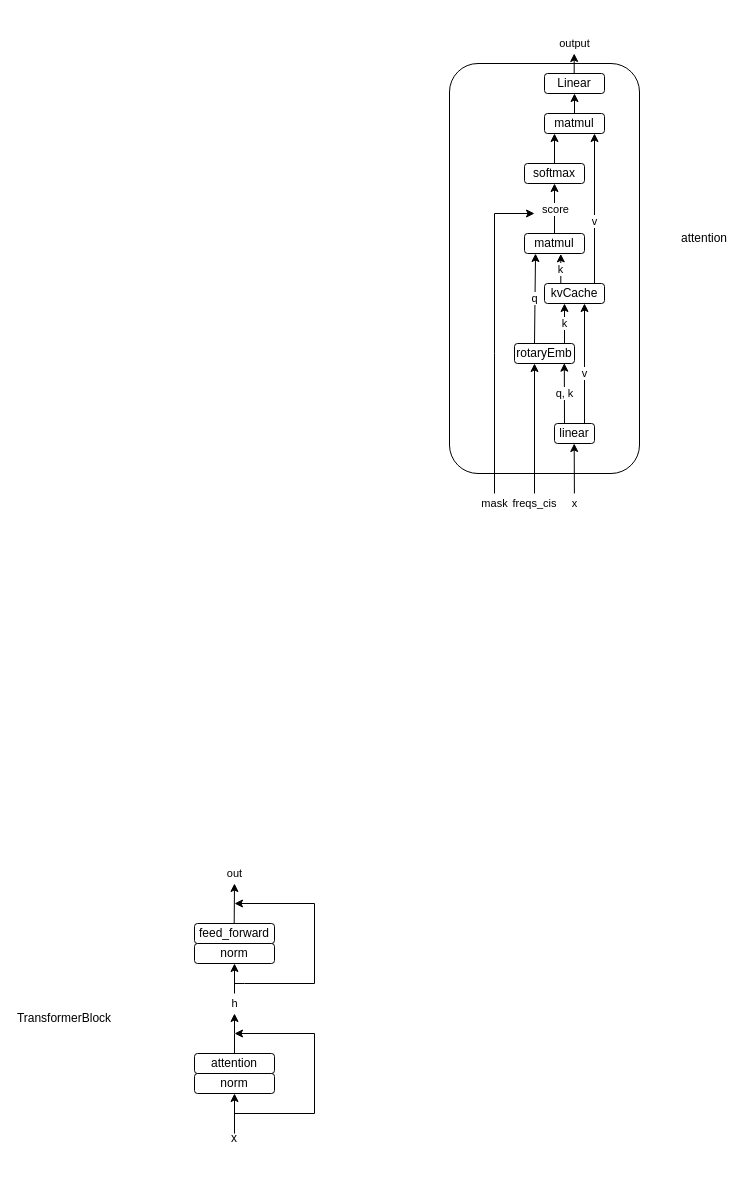
DavidZyy/drawio_repo keeps this draw.io diagram as llm.drawio. Above is the earlier version. Source tidied: cells renumbered, new cells numbered last; positions are measured from the earlier drawing's top-left corner, leaving out a move shared by most shapes. Both pictures are drawn from the tidied source at 100%, with x=0, y=0 at pixel (34, 53).
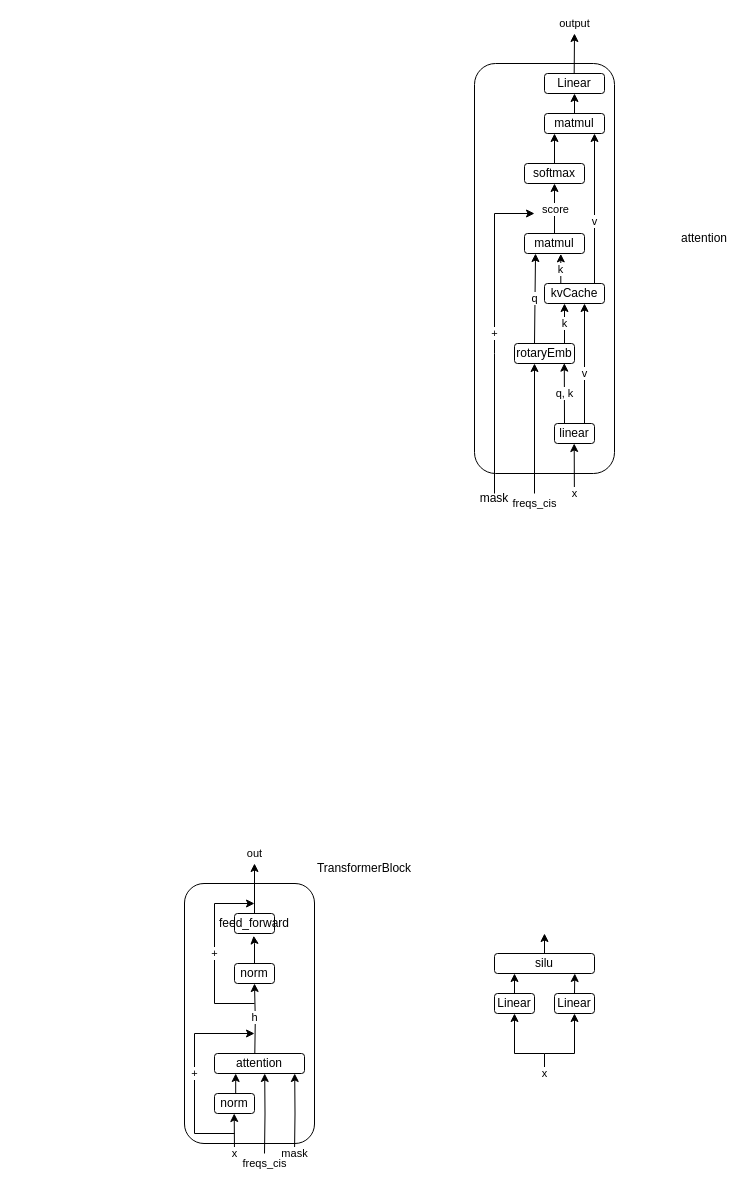
The same diagram, later.

Change to the diagram source:
```diff
@@
-    <mxCell id="2" style="edgeStyle=orthogonalEdgeStyle;rounded=0;jettySize=auto;html=1;exitX=0.5;exitY=0;exitDx=0;exitDy=0;" parent="1" edge="1" source="3">
-      <mxGeometry relative="1" as="geometry">
-        <mxPoint x="200" y="960" as="targetPoint" />
-      </mxGeometry>
-    </mxCell>
+    <mxCell id="36" value="freqs_cis" style="edgeStyle=orthogonalEdgeStyle;rounded=0;orthogonalLoop=1;jettySize=auto;html=1;exitX=0.75;exitY=1;exitDx=0;exitDy=0;entryX=0.75;entryY=1;entryDx=0;entryDy=0;" parent="1" edge="1">
+      <mxGeometry x="-1" y="-10" relative="1" as="geometry">
+        <mxPoint x="230" y="1100" as="sourcePoint" />
+        <mxPoint x="230.2" y="1020" as="targetPoint" />
+        <mxPoint x="-10" y="10" as="offset" />
+      </mxGeometry>
+    </mxCell>
+    <mxCell id="8" value="h" style="edgeStyle=orthogonalEdgeStyle;rounded=0;orthogonalLoop=1;jettySize=auto;html=1;exitX=0.5;exitY=0;exitDx=0;exitDy=0;" parent="1" edge="1">
+      <mxGeometry x="0.01" relative="1" as="geometry">
+        <mxPoint x="220.3" y="1000" as="sourcePoint" />
+        <mxPoint x="220" y="930" as="targetPoint" />
+      </mxGeometry>
+    </mxCell>
     <mxCell id="3" value="attention" style="rounded=1;whiteSpace=wrap;html=1;" parent="1" vertex="1">
-      <mxGeometry x="160" y="1000" width="80" height="20" as="geometry" />
+      <mxGeometry x="180" y="1000" width="90" height="20" as="geometry" />
     </mxCell>
-    <mxCell id="4" style="endArrow=classic;html=1;rounded=0;" parent="1" edge="1">
-      <mxGeometry relative="1" as="geometry">
-        <mxPoint x="200" y="1080" as="sourcePoint" />
-        <mxPoint x="200" y="1040" as="targetPoint" />
+    <mxCell id="4" value="x" style="endArrow=classic;html=1;rounded=0;" parent="1" edge="1">
+      <mxGeometry x="-1" relative="1" as="geometry">
+        <mxPoint x="200" y="1100" as="sourcePoint" />
+        <mxPoint x="199.7" y="1060" as="targetPoint" />
       </mxGeometry>
     </mxCell>
-    <mxCell id="5" style="edgeStyle=orthogonalEdgeStyle;rounded=0;orthogonalLoop=1;jettySize=auto;html=1;" parent="1" edge="1">
-      <mxGeometry relative="1" as="geometry">
-        <mxPoint x="200" y="1060" as="sourcePoint" />
-        <mxPoint x="200" y="980" as="targetPoint" />
-        <Array as="points">
-          <mxPoint x="280" y="1060" />
-          <mxPoint x="280" y="980" />
-          <mxPoint x="200" y="980" />
-        </Array>
-      </mxGeometry>
-    </mxCell>
-    <mxCell id="6" value="x" style="text;strokeColor=none;align=center;fillColor=none;html=1;verticalAlign=middle;whiteSpace=wrap;rounded=0;" parent="1" vertex="1">
-      <mxGeometry x="170" y="1070" width="60" height="30" as="geometry" />
-    </mxCell>
-    <mxCell id="7" value="feed_forward" style="rounded=1;whiteSpace=wrap;html=1;" parent="1" vertex="1">
-      <mxGeometry x="160" y="870" width="80" height="20" as="geometry" />
-    </mxCell>
-    <mxCell id="8" value="h" style="endArrow=classic;html=1;rounded=0;" parent="1" edge="1">
-      <mxGeometry x="-1" y="-10" relative="1" as="geometry">
-        <mxPoint x="200" y="940" as="sourcePoint" />
-        <mxPoint x="200" y="910" as="targetPoint" />
-        <mxPoint x="-10" y="10" as="offset" />
-      </mxGeometry>
-    </mxCell>
-    <mxCell id="9" style="edgeStyle=orthogonalEdgeStyle;rounded=0;orthogonalLoop=1;jettySize=auto;html=1;" parent="1" edge="1">
-      <mxGeometry relative="1" as="geometry">
-        <mxPoint x="200" y="930" as="sourcePoint" />
-        <mxPoint x="200" y="850" as="targetPoint" />
-        <Array as="points">
-          <mxPoint x="210" y="930" />
-          <mxPoint x="280" y="930" />
-          <mxPoint x="280" y="850" />
-        </Array>
-      </mxGeometry>
-    </mxCell>
-    <mxCell id="10" value="out" style="endArrow=classic;html=1;rounded=0;" parent="1" edge="1">
-      <mxGeometry x="1" y="10" relative="1" as="geometry">
-        <mxPoint x="199.7" y="870" as="sourcePoint" />
-        <mxPoint x="200" y="830" as="targetPoint" />
-        <mxPoint x="10" y="-10" as="offset" />
-      </mxGeometry>
-    </mxCell>
+    <mxCell id="37" style="edgeStyle=orthogonalEdgeStyle;rounded=0;orthogonalLoop=1;jettySize=auto;html=1;exitX=0.5;exitY=0;exitDx=0;exitDy=0;entryX=0.25;entryY=1;entryDx=0;entryDy=0;" parent="1" edge="1">
+      <mxGeometry relative="1" as="geometry">
+        <mxPoint x="198.7" y="1040" as="sourcePoint" />
+        <mxPoint x="201.2" y="1020" as="targetPoint" />
+      </mxGeometry>
+    </mxCell>
     <mxCell id="11" value="norm" style="rounded=1;whiteSpace=wrap;html=1;" parent="1" vertex="1">
-      <mxGeometry x="160" y="1020" width="80" height="20" as="geometry" />
+      <mxGeometry x="180" y="1040" width="40" height="20" as="geometry" />
     </mxCell>
-    <mxCell id="12" value="norm" style="rounded=1;whiteSpace=wrap;html=1;" parent="1" vertex="1">
-      <mxGeometry x="160" y="890" width="80" height="20" as="geometry" />
-    </mxCell>
-    <mxCell id="13" value="TransformerBlock" style="text;strokeColor=none;align=center;fillColor=none;html=1;verticalAlign=middle;whiteSpace=wrap;rounded=0;" parent="1" vertex="1">
-      <mxGeometry y="950" width="60" height="30" as="geometry" />
-    </mxCell>
     <mxCell id="14" style="rounded=1;whiteSpace=wrap;html=1;fillColor=none;" parent="1" vertex="1">
-      <mxGeometry x="415" y="10" width="190" height="410" as="geometry" />
+      <mxGeometry x="440" y="10" width="140" height="410" as="geometry" />
     </mxCell>
@@
     <mxCell id="16" value="x" style="edgeStyle=none;orthogonalLoop=1;jettySize=auto;html=1;rounded=0;" parent="1" edge="1">
-      <mxGeometry x="-1" y="-10" relative="1" as="geometry">
+      <mxGeometry x="-1" relative="1" as="geometry">
         <mxPoint x="539.9" y="440" as="sourcePoint" />
         <mxPoint x="539.7" y="390" as="targetPoint" />
-        <mxPoint x="-10" y="10" as="offset" />
       </mxGeometry>
     </mxCell>
@@
-    <mxCell id="18" value="mask" style="edgeStyle=none;orthogonalLoop=1;jettySize=auto;html=1;rounded=0;" parent="1" edge="1">
-      <mxGeometry x="-1" y="-10" relative="1" as="geometry">
+    <mxCell id="18" value="+" style="edgeStyle=none;orthogonalLoop=1;jettySize=auto;html=1;rounded=0;" parent="1" edge="1">
+      <mxGeometry relative="1" as="geometry">
         <mxPoint x="460" y="440" as="sourcePoint" />
         <mxPoint x="500" y="160" as="targetPoint" />
         <Array as="points">
           <mxPoint x="460" y="300" />
           <mxPoint x="460" y="160" />
         </Array>
-        <mxPoint x="-10" y="10" as="offset" />
       </mxGeometry>
     </mxCell>
@@
     <mxCell id="35" value="output" style="edgeStyle=none;orthogonalLoop=1;jettySize=auto;html=1;rounded=0;" parent="1" edge="1">
       <mxGeometry x="1" y="10" relative="1" as="geometry">
         <mxPoint x="539.7" y="20" as="sourcePoint" />
-        <mxPoint x="539.7" as="targetPoint" />
+        <mxPoint x="540" y="-20" as="targetPoint" />
         <mxPoint x="10" y="-10" as="offset" />
       </mxGeometry>
     </mxCell>
+    <mxCell id="38" value="mask" style="edgeStyle=orthogonalEdgeStyle;rounded=0;orthogonalLoop=1;jettySize=auto;html=1;exitX=0.75;exitY=1;exitDx=0;exitDy=0;entryX=0.75;entryY=1;entryDx=0;entryDy=0;" parent="1" edge="1">
+      <mxGeometry x="-1" relative="1" as="geometry">
+        <mxPoint x="260" y="1100" as="sourcePoint" />
+        <mxPoint x="260.2" y="1020" as="targetPoint" />
+      </mxGeometry>
+    </mxCell>
+    <mxCell id="39" value="+" style="edgeStyle=none;orthogonalLoop=1;jettySize=auto;html=1;rounded=0;" parent="1" edge="1">
+      <mxGeometry relative="1" as="geometry">
+        <mxPoint x="200" y="1080" as="sourcePoint" />
+        <mxPoint x="220" y="980" as="targetPoint" />
+        <Array as="points">
+          <mxPoint x="160" y="1080" />
+          <mxPoint x="160" y="980" />
+        </Array>
+      </mxGeometry>
+    </mxCell>
+    <mxCell id="12" value="norm" style="rounded=1;whiteSpace=wrap;html=1;" parent="1" vertex="1">
+      <mxGeometry x="200" y="910" width="40" height="20" as="geometry" />
+    </mxCell>
+    <mxCell id="10" value="out" style="edgeStyle=orthogonalEdgeStyle;rounded=0;jettySize=auto;html=1;exitX=0.5;exitY=0;exitDx=0;exitDy=0;" parent="1" edge="1" source="7">
+      <mxGeometry x="1" y="10" relative="1" as="geometry">
+        <mxPoint x="220" y="810" as="targetPoint" />
+        <mxPoint x="10" y="-10" as="offset" />
+      </mxGeometry>
+    </mxCell>
+    <mxCell id="7" value="feed_forward" style="rounded=1;whiteSpace=wrap;html=1;" parent="1" vertex="1">
+      <mxGeometry x="200" y="860" width="40" height="20" as="geometry" />
+    </mxCell>
+    <mxCell id="40" style="edgeStyle=orthogonalEdgeStyle;rounded=0;jettySize=auto;html=1;entryX=0.479;entryY=1.112;entryDx=0;entryDy=0;entryPerimeter=0;" parent="1" edge="1" source="12" target="7">
+      <mxGeometry relative="1" as="geometry">
+        <Array as="points">
+          <mxPoint x="220" y="890" />
+          <mxPoint x="219" y="890" />
+        </Array>
+      </mxGeometry>
+    </mxCell>
+    <mxCell id="41" value="+" style="edgeStyle=none;orthogonalLoop=1;jettySize=auto;html=1;rounded=0;" parent="1" edge="1">
+      <mxGeometry relative="1" as="geometry">
+        <mxPoint x="220" y="950" as="sourcePoint" />
+        <mxPoint x="220" y="850" as="targetPoint" />
+        <Array as="points">
+          <mxPoint x="180" y="950" />
+          <mxPoint x="180" y="850" />
+        </Array>
+      </mxGeometry>
+    </mxCell>
+    <mxCell id="42" value="mask" style="text;strokeColor=none;align=center;fillColor=none;html=1;verticalAlign=middle;whiteSpace=wrap;rounded=0;" parent="1" vertex="1">
+      <mxGeometry x="430" y="430" width="60" height="30" as="geometry" />
+    </mxCell>
+    <mxCell id="43" style="rounded=1;whiteSpace=wrap;html=1;fillColor=none;" parent="1" vertex="1">
+      <mxGeometry x="150" y="830" width="130" height="260" as="geometry" />
+    </mxCell>
+    <mxCell id="13" value="TransformerBlock" style="text;strokeColor=none;align=center;fillColor=none;html=1;verticalAlign=middle;whiteSpace=wrap;rounded=0;" parent="1" vertex="1">
+      <mxGeometry x="300" y="800" width="60" height="30" as="geometry" />
+    </mxCell>
+    <mxCell id="44" style="edgeStyle=orthogonalEdgeStyle;rounded=0;jettySize=auto;html=1;exitX=0.5;exitY=0;exitDx=0;exitDy=0;" parent="1" edge="1" source="45">
+      <mxGeometry relative="1" as="geometry">
+        <mxPoint x="480" y="920" as="targetPoint" />
+      </mxGeometry>
+    </mxCell>
+    <mxCell id="45" value="Linear" style="rounded=1;whiteSpace=wrap;html=1;" parent="1" vertex="1">
+      <mxGeometry x="460" y="940" width="40" height="20" as="geometry" />
+    </mxCell>
+    <mxCell id="6" value="x" style="endArrow=classic;html=1;rounded=0;entryX=0.5;entryY=1;entryDx=0;entryDy=0;" parent="1" edge="1" target="47">
+      <mxGeometry x="-1" relative="1" as="geometry">
+        <mxPoint x="510" y="1020" as="sourcePoint" />
+        <Array as="points">
+          <mxPoint x="510" y="1000" />
+          <mxPoint x="540" y="1000" />
+        </Array>
+      </mxGeometry>
+    </mxCell>
+    <mxCell id="46" style="edgeStyle=orthogonalEdgeStyle;rounded=0;jettySize=auto;html=1;exitX=0.5;exitY=0;exitDx=0;exitDy=0;" parent="1" edge="1" source="47">
+      <mxGeometry relative="1" as="geometry">
+        <mxPoint x="540.3" y="920" as="targetPoint" />
+      </mxGeometry>
+    </mxCell>
+    <mxCell id="47" value="Linear" style="rounded=1;whiteSpace=wrap;html=1;" parent="1" vertex="1">
+      <mxGeometry x="520" y="940" width="40" height="20" as="geometry" />
+    </mxCell>
+    <mxCell id="48" style="endArrow=classic;html=1;rounded=0;" parent="1" edge="1">
+      <mxGeometry relative="1" as="geometry">
+        <mxPoint x="510" y="1000" as="sourcePoint" />
+        <mxPoint x="480" y="960" as="targetPoint" />
+        <Array as="points">
+          <mxPoint x="480" y="1000" />
+        </Array>
+      </mxGeometry>
+    </mxCell>
+    <mxCell id="49" style="edgeStyle=orthogonalEdgeStyle;rounded=0;jettySize=auto;html=1;" parent="1" edge="1" source="50">
+      <mxGeometry relative="1" as="geometry">
+        <mxPoint x="510" y="880" as="targetPoint" />
+      </mxGeometry>
+    </mxCell>
+    <mxCell id="50" value="silu" style="rounded=1;whiteSpace=wrap;html=1;" parent="1" vertex="1">
+      <mxGeometry x="460" y="900" width="100" height="20" as="geometry" />
+    </mxCell>
```
